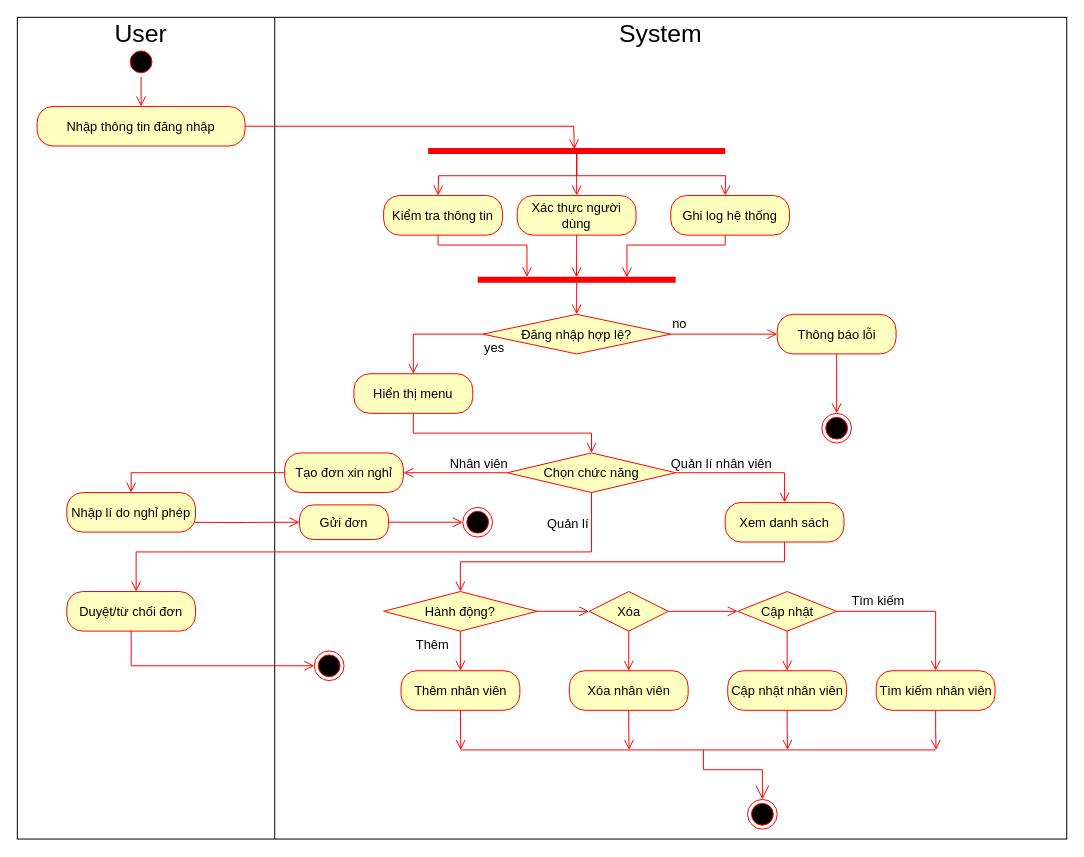
This is ADNhanVien.drawio from hoangda24312/Group4-DesigningSystem, a draw.io file, before an edit. Source tidied: cells renumbered, new cells numbered last; positions are measured from the earlier drawing's top-left corner, leaving out a move shared by most shapes. Both pictures are drawn from the tidied source at 99%, with x=0, y=0 at pixel (17, 17).
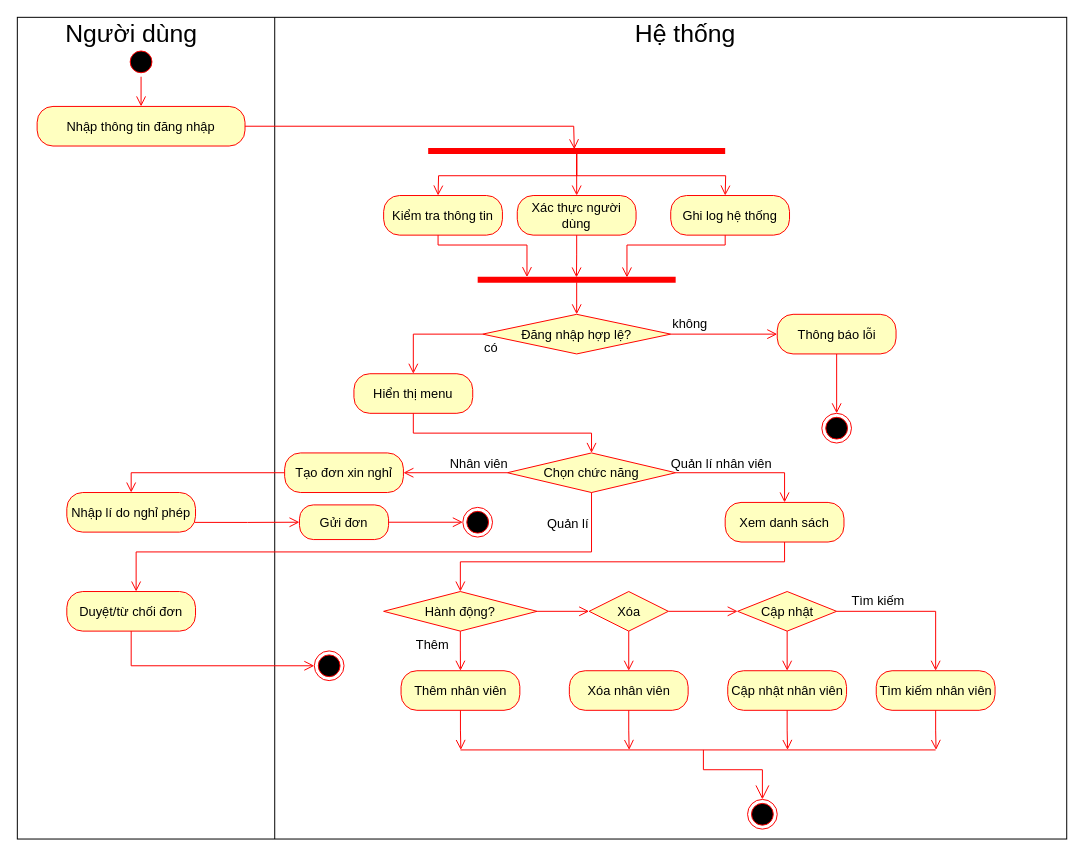
The same page after the edit.

Unchanged cells that the change refers to:
```xml
<mxCell id="22" value="Đăng nhập hợp lệ?" style="rhombus;whiteSpace=wrap;html=1;fontColor=#000000;fillColor=#ffffc0;strokeColor=#ff0000;fontSize=13;" parent="1" vertex="1">
  <mxGeometry x="470" y="300" width="190" height="40" as="geometry" />
</mxCell>
<mxCell id="26" value="Thông báo lỗi" style="rounded=1;whiteSpace=wrap;html=1;arcSize=40;fontColor=#000000;fillColor=#ffffc0;strokeColor=#ff0000;fontSize=13;" parent="1" vertex="1">
  <mxGeometry x="767.6" y="300" width="120" height="40" as="geometry" />
</mxCell>
<mxCell id="27" value="Hiển thị menu" style="rounded=1;whiteSpace=wrap;html=1;arcSize=40;fontColor=#000000;fillColor=#ffffc0;strokeColor=#ff0000;fontSize=13;" parent="1" vertex="1">
  <mxGeometry x="340" y="360" width="120" height="40" as="geometry" />
</mxCell>
```

The edit, as a diff of the source:
```diff
@@
-    <mxCell id="5" value="User" style="text;html=1;whiteSpace=wrap;strokeColor=none;fillColor=none;align=center;verticalAlign=middle;rounded=0;fontSize=25;" parent="1" vertex="1">
-      <mxGeometry x="95" width="60" height="30" as="geometry" />
+    <mxCell id="5" value="Người dùng" style="text;html=1;whiteSpace=wrap;strokeColor=none;fillColor=none;align=center;verticalAlign=middle;rounded=0;fontSize=25;" parent="1" vertex="1">
+      <mxGeometry x="37.5" width="155" height="30" as="geometry" />
     </mxCell>
@@
-    <mxCell id="7" value="System" style="text;html=1;whiteSpace=wrap;strokeColor=none;fillColor=none;align=center;verticalAlign=middle;rounded=0;fontSize=25;" parent="1" vertex="1">
-      <mxGeometry x="620" width="60" height="30" as="geometry" />
+    <mxCell id="7" value="Hệ thống" style="text;html=1;whiteSpace=wrap;strokeColor=none;fillColor=none;align=center;verticalAlign=middle;rounded=0;fontSize=25;" parent="1" vertex="1">
+      <mxGeometry x="620" width="110" height="30" as="geometry" />
     </mxCell>
@@
-    <mxCell id="23" value="no" style="edgeStyle=orthogonalEdgeStyle;html=1;align=left;verticalAlign=bottom;endArrow=open;endSize=8;strokeColor=#ff0000;rounded=0;fontSize=13;entryX=0;entryY=0.5;entryDx=0;entryDy=0;" parent="1" edge="1" source="22" target="26">
+    <mxCell id="23" value="không" style="edgeStyle=orthogonalEdgeStyle;html=1;align=left;verticalAlign=bottom;endArrow=open;endSize=8;strokeColor=#ff0000;rounded=0;fontSize=13;entryX=0;entryY=0.5;entryDx=0;entryDy=0;" parent="1" edge="1" source="22" target="26">
       <mxGeometry x="-1" relative="1" as="geometry" />
     </mxCell>
-    <mxCell id="24" value="yes" style="edgeStyle=orthogonalEdgeStyle;html=1;align=left;verticalAlign=top;endArrow=open;endSize=8;strokeColor=#ff0000;rounded=0;fontSize=13;exitX=0;exitY=0.5;exitDx=0;exitDy=0;entryX=0.5;entryY=0;entryDx=0;entryDy=0;" parent="1" edge="1" source="22" target="27">
+    <mxCell id="24" value="có" style="edgeStyle=orthogonalEdgeStyle;html=1;align=left;verticalAlign=top;endArrow=open;endSize=8;strokeColor=#ff0000;rounded=0;fontSize=13;exitX=0;exitY=0.5;exitDx=0;exitDy=0;entryX=0.5;entryY=0;entryDx=0;entryDy=0;" parent="1" edge="1" source="22" target="27">
       <mxGeometry x="-1" relative="1" as="geometry" />
     </mxCell>
```
